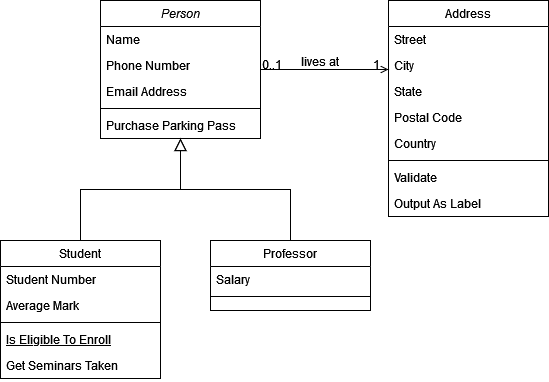
Above: Diag_act_plugin_general.drawio.png in leonielrx/ProjetInfo_DoGeo (draw.io), before the change. Source tidied: cells renumbered, new cells last; positions are measured from the earlier drawing's top-left corner, leaving out a move shared by most shapes.
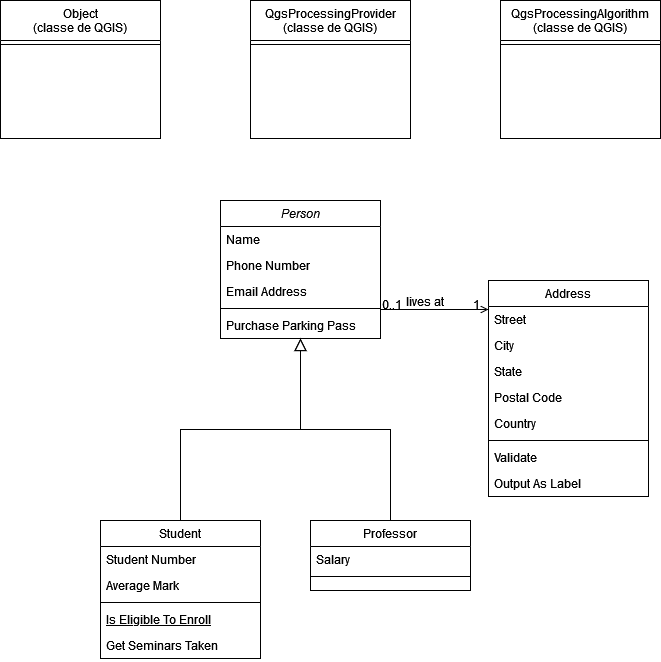
The same file after the commit.

Commit message:
Mettre à jour Diag_act_plugin_general.drawio.png

The edit, as a diff of the source:
```diff
@@ -3,7 +3,7 @@
     <mxCell id="0" />
     <mxCell id="1" parent="0" />
     <mxCell id="2" value="Person" style="swimlane;fontStyle=2;align=center;verticalAlign=top;horizontal=1;startSize=26;rounded=0;shadow=0;strokeWidth=1;" parent="1" vertex="1">
-      <mxGeometry x="100" width="160" height="138" as="geometry" />
+      <mxGeometry x="120" y="-80" width="160" height="138" as="geometry" />
     </mxCell>
     <mxCell id="3" value="Name" style="text;align=left;verticalAlign=top;spacingLeft=4;spacingRight=4;overflow=hidden;" parent="2" vertex="1">
       <mxGeometry y="26" width="160" height="26" as="geometry" />
@@ -100,5 +100,23 @@
         <mxPoint x="-38" y="40" as="offset" />
       </mxGeometry>
     </mxCell>
+    <mxCell id="32" value="Object&#10;(classe de QGIS)&#10;" style="swimlane;fontStyle=0;align=center;verticalAlign=top;horizontal=1;startSize=40;rounded=0;shadow=0;strokeWidth=1;" parent="1" vertex="1">
+      <mxGeometry x="-100" y="-280" width="160" height="138" as="geometry" />
+    </mxCell>
+    <mxCell id="33" style="line;html=1;strokeWidth=1;align=left;verticalAlign=middle;spacingTop=-1;spacingLeft=3;spacingRight=3;labelPosition=right;" parent="32" vertex="1">
+      <mxGeometry y="40" width="160" height="8" as="geometry" />
+    </mxCell>
+    <mxCell id="34" value="QgsProcessingAlgorithm&#10;(classe de QGIS)&#10;" style="swimlane;fontStyle=0;align=center;verticalAlign=top;horizontal=1;startSize=40;rounded=0;shadow=0;strokeWidth=1;" parent="1" vertex="1">
+      <mxGeometry x="400" y="-280" width="160" height="138" as="geometry" />
+    </mxCell>
+    <mxCell id="35" style="line;html=1;strokeWidth=1;align=left;verticalAlign=middle;spacingTop=-1;spacingLeft=3;spacingRight=3;labelPosition=right;" parent="34" vertex="1">
+      <mxGeometry y="40" width="160" height="8" as="geometry" />
+    </mxCell>
+    <mxCell id="36" value="QgsProcessingProvider&#10;(classe de QGIS)&#10;" style="swimlane;fontStyle=0;align=center;verticalAlign=top;horizontal=1;startSize=40;rounded=0;shadow=0;strokeWidth=1;" parent="1" vertex="1">
+      <mxGeometry x="150" y="-280" width="160" height="138" as="geometry" />
+    </mxCell>
+    <mxCell id="37" style="line;html=1;strokeWidth=1;align=left;verticalAlign=middle;spacingTop=-1;spacingLeft=3;spacingRight=3;labelPosition=right;" parent="36" vertex="1">
+      <mxGeometry y="40" width="160" height="8" as="geometry" />
+    </mxCell>
   </root>
 </mxGraphModel>
```
